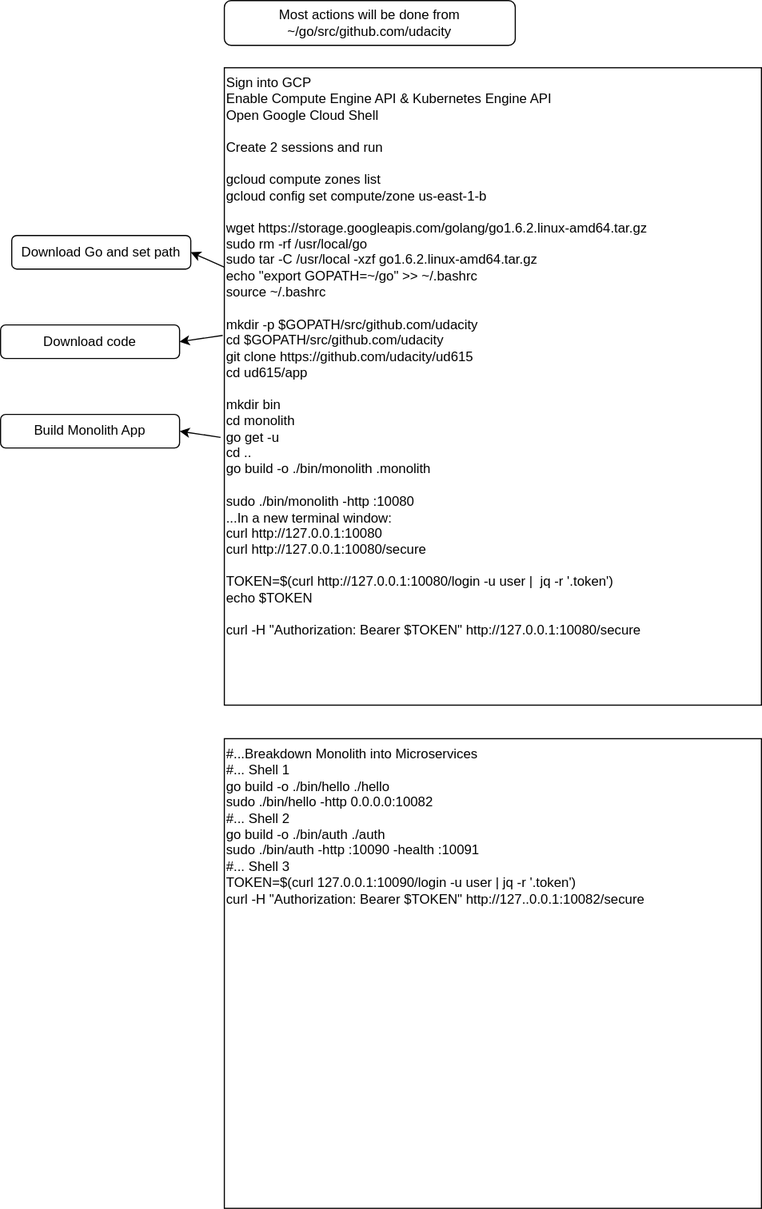
The draw.io diagram microservices.svg in clementsjj/graphics, before a commit. Source tidied: cells renumbered, new cells last; positions are measured from the earlier drawing's top-left corner, leaving out a move shared by most shapes. Source of this version:
```xml
<mxGraphModel>
  <root>
    <mxCell id="0" />
    <mxCell id="1" parent="0" />
    <mxCell id="2" value="Sign into GCP&lt;br&gt;Enable Compute Engine API &amp;amp; Kubernetes Engine API&lt;br&gt;Open Google Cloud Shell&lt;br&gt;&lt;br&gt;Create 2 sessions and run&amp;nbsp;&lt;br&gt;&lt;br&gt;gcloud compute zones list&lt;br&gt;gcloud config set compute/zone us-east-1-b&lt;br&gt;&lt;br&gt;wget https://storage.googleapis.com/golang/go1.6.2.linux-amd64.tar.gz&lt;br&gt;sudo rm -rf /usr/local/go&lt;br&gt;sudo tar -C /usr/local -xzf go1.6.2.linux-amd64.tar.gz&lt;br&gt;echo &quot;export GOPATH=~/go&quot; &amp;gt;&amp;gt; ~/.bashrc&lt;br&gt;source ~/.bashrc&lt;br&gt;&lt;br&gt;mkdir -p $GOPATH/src/github.com/udacity&lt;br&gt;cd $GOPATH/src/github.com/udacity&lt;br&gt;git clone https://github.com/udacity/ud615&lt;br&gt;cd ud615/app&lt;br&gt;&lt;br&gt;mkdir bin&lt;br&gt;cd monolith&lt;br&gt;go get -u&lt;br&gt;cd ..&lt;br&gt;go build -o ./bin/monolith .monolith&lt;br&gt;&lt;br&gt;sudo ./bin/monolith -http :10080&lt;br&gt;...In a new terminal window:&lt;br&gt;curl http://127.0.0.1:10080&lt;br&gt;curl http://127.0.0.1:10080/secure&lt;br&gt;&lt;br&gt;TOKEN=$(curl http://127.0.0.1:10080/login -u user |&amp;nbsp; jq -r '.token')&lt;br&gt;echo $TOKEN&lt;br&gt;&lt;br&gt;curl -H &quot;Authorization: Bearer $TOKEN&quot; http://127.0.0.1:10080/secure" style="rounded=0;whiteSpace=wrap;html=1;align=left;verticalAlign=top;" parent="1" vertex="1">
      <mxGeometry x="200" y="60" width="480" height="570" as="geometry" />
    </mxCell>
    <mxCell id="3" style="endArrow=classic;html=1;entryX=1;entryY=0.5;entryDx=0;entryDy=0;" parent="1" edge="1" source="2" target="4">
      <mxGeometry relative="1" as="geometry" />
    </mxCell>
    <mxCell id="4" value="Download Go and set path" style="rounded=1;whiteSpace=wrap;html=1;align=center;" parent="1" vertex="1">
      <mxGeometry x="10" y="210" width="160" height="30" as="geometry" />
    </mxCell>
    <mxCell id="5" value="Download code" style="rounded=1;whiteSpace=wrap;html=1;align=center;" parent="1" vertex="1">
      <mxGeometry y="290" width="160" height="30" as="geometry" />
    </mxCell>
    <mxCell id="6" style="endArrow=classic;html=1;exitX=-0.003;exitY=0.42;exitDx=0;exitDy=0;exitPerimeter=0;entryX=1;entryY=0.5;entryDx=0;entryDy=0;" parent="1" edge="1" source="2" target="5">
      <mxGeometry relative="1" as="geometry" />
    </mxCell>
    <mxCell id="7" value="Build Monolith App" style="rounded=1;whiteSpace=wrap;html=1;align=center;" parent="1" vertex="1">
      <mxGeometry y="370" width="160" height="30" as="geometry" />
    </mxCell>
    <mxCell id="8" style="endArrow=classic;html=1;exitX=-0.007;exitY=0.58;exitDx=0;exitDy=0;exitPerimeter=0;entryX=1;entryY=0.5;entryDx=0;entryDy=0;" parent="1" edge="1" source="2" target="7">
      <mxGeometry relative="1" as="geometry" />
    </mxCell>
    <mxCell id="9" value="#...Breakdown Monolith into Microservices&lt;br&gt;#... Shell 1&lt;br&gt;go build -o ./bin/hello ./hello&lt;br&gt;sudo ./bin/hello -http 0.0.0.0:10082&lt;br&gt;#... Shell 2&lt;br&gt;go build -o ./bin/auth ./auth&lt;br&gt;sudo ./bin/auth -http :10090 -health :10091&lt;br&gt;#... Shell 3&lt;br&gt;TOKEN=$(curl 127.0.0.1:10090/login -u user | jq -r '.token')&lt;br&gt;curl -H &quot;Authorization: Bearer $TOKEN&quot; http://127..0.0.1:10082/secure&lt;br&gt;&lt;br&gt;" style="rounded=0;whiteSpace=wrap;html=1;align=left;verticalAlign=top;" parent="1" vertex="1">
      <mxGeometry x="200" y="660" width="480" height="420" as="geometry" />
    </mxCell>
    <mxCell id="10" value="Most actions will be done from ~/go/src/github.com/udacity" style="rounded=1;whiteSpace=wrap;html=1;align=center;" parent="1" vertex="1">
      <mxGeometry x="200" width="260" height="40" as="geometry" />
    </mxCell>
  </root>
</mxGraphModel>
```
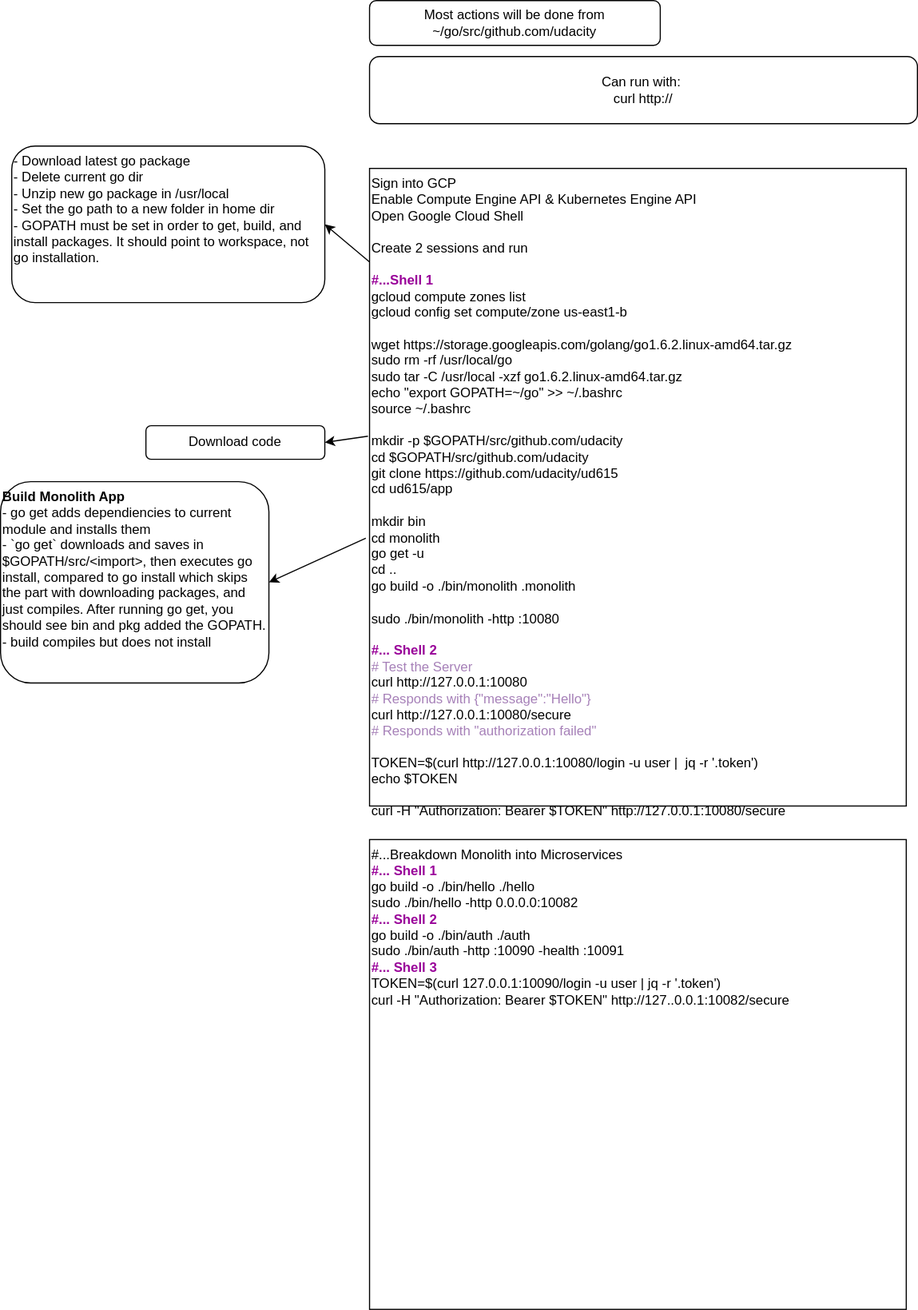
The same diagram one commit later.

Change to the diagram source:
```diff
@@ -2,14 +2,14 @@
   <root>
     <mxCell id="0" />
     <mxCell id="1" parent="0" />
-    <mxCell id="2" value="Sign into GCP&lt;br&gt;Enable Compute Engine API &amp;amp; Kubernetes Engine API&lt;br&gt;Open Google Cloud Shell&lt;br&gt;&lt;br&gt;Create 2 sessions and run&amp;nbsp;&lt;br&gt;&lt;br&gt;gcloud compute zones list&lt;br&gt;gcloud config set compute/zone us-east-1-b&lt;br&gt;&lt;br&gt;wget https://storage.googleapis.com/golang/go1.6.2.linux-amd64.tar.gz&lt;br&gt;sudo rm -rf /usr/local/go&lt;br&gt;sudo tar -C /usr/local -xzf go1.6.2.linux-amd64.tar.gz&lt;br&gt;echo &quot;export GOPATH=~/go&quot; &amp;gt;&amp;gt; ~/.bashrc&lt;br&gt;source ~/.bashrc&lt;br&gt;&lt;br&gt;mkdir -p $GOPATH/src/github.com/udacity&lt;br&gt;cd $GOPATH/src/github.com/udacity&lt;br&gt;git clone https://github.com/udacity/ud615&lt;br&gt;cd ud615/app&lt;br&gt;&lt;br&gt;mkdir bin&lt;br&gt;cd monolith&lt;br&gt;go get -u&lt;br&gt;cd ..&lt;br&gt;go build -o ./bin/monolith .monolith&lt;br&gt;&lt;br&gt;sudo ./bin/monolith -http :10080&lt;br&gt;...In a new terminal window:&lt;br&gt;curl http://127.0.0.1:10080&lt;br&gt;curl http://127.0.0.1:10080/secure&lt;br&gt;&lt;br&gt;TOKEN=$(curl http://127.0.0.1:10080/login -u user |&amp;nbsp; jq -r '.token')&lt;br&gt;echo $TOKEN&lt;br&gt;&lt;br&gt;curl -H &quot;Authorization: Bearer $TOKEN&quot; http://127.0.0.1:10080/secure" style="rounded=0;whiteSpace=wrap;html=1;align=left;verticalAlign=top;" parent="1" vertex="1">
+    <mxCell id="2" value="Sign into GCP&lt;br&gt;Enable Compute Engine API &amp;amp; Kubernetes Engine API&lt;br&gt;Open Google Cloud Shell&lt;br&gt;&lt;br&gt;Create 2 sessions and run&amp;nbsp;&lt;br&gt;&lt;br&gt;&lt;b&gt;&lt;font color=&quot;#990099&quot;&gt;#...Shell 1&lt;br&gt;&lt;/font&gt;&lt;/b&gt;gcloud compute zones list&lt;br&gt;gcloud config set compute/zone us-east1-b&lt;br&gt;&lt;br&gt;wget https://storage.googleapis.com/golang/go1.6.2.linux-amd64.tar.gz&lt;br&gt;sudo rm -rf /usr/local/go&lt;br&gt;sudo tar -C /usr/local -xzf go1.6.2.linux-amd64.tar.gz&lt;br&gt;echo &quot;export GOPATH=~/go&quot; &amp;gt;&amp;gt; ~/.bashrc&lt;br&gt;source ~/.bashrc&lt;br&gt;&lt;br&gt;mkdir -p $GOPATH/src/github.com/udacity&lt;br&gt;cd $GOPATH/src/github.com/udacity&lt;br&gt;git clone https://github.com/udacity/ud615&lt;br&gt;cd ud615/app&lt;br&gt;&lt;br&gt;mkdir bin&lt;br&gt;cd monolith&lt;br&gt;go get -u&lt;br&gt;cd ..&lt;br&gt;go build -o ./bin/monolith .monolith&lt;br&gt;&lt;br&gt;sudo ./bin/monolith -http :10080&lt;br&gt;&lt;br&gt;&lt;b style=&quot;color: rgb(153 , 0 , 153)&quot;&gt;#... Shell 2&lt;br&gt;&lt;/b&gt;&lt;font color=&quot;#a680b8&quot;&gt;# Test the Server&lt;br&gt;&lt;/font&gt;curl http://127.0.0.1:10080&lt;br&gt;&lt;font color=&quot;#a680b8&quot;&gt;# Responds with {&quot;message&quot;:&quot;Hello&quot;}&lt;br&gt;&lt;/font&gt;curl http://127.0.0.1:10080/secure&lt;br&gt;&lt;font color=&quot;#a680b8&quot;&gt;# Responds with &quot;authorization failed&quot;&lt;br&gt;&lt;/font&gt;&lt;br&gt;TOKEN=$(curl http://127.0.0.1:10080/login -u user |&amp;nbsp; jq -r '.token')&lt;br&gt;echo $TOKEN&lt;br&gt;&lt;br&gt;curl -H &quot;Authorization: Bearer $TOKEN&quot; http://127.0.0.1:10080/secure" style="rounded=0;whiteSpace=wrap;html=1;align=left;verticalAlign=top;" parent="1" vertex="1">
       <mxGeometry x="200" y="60" width="480" height="570" as="geometry" />
     </mxCell>
     <mxCell id="3" style="endArrow=classic;html=1;entryX=1;entryY=0.5;entryDx=0;entryDy=0;" parent="1" edge="1" source="2" target="4">
       <mxGeometry relative="1" as="geometry" />
     </mxCell>
-    <mxCell id="4" value="Download Go and set path" style="rounded=1;whiteSpace=wrap;html=1;align=center;" parent="1" vertex="1">
-      <mxGeometry x="10" y="210" width="160" height="30" as="geometry" />
+    <mxCell id="4" value="- Download latest go package&lt;br&gt;- Delete current go dir&lt;br&gt;- Unzip new go package in /usr/local&lt;br&gt;- Set the go path to a new folder in home dir&lt;br&gt;- GOPATH must be set in order to get, build, and install packages. It should point to workspace, not go installation.&lt;br&gt;" style="rounded=1;whiteSpace=wrap;html=1;align=left;verticalAlign=top;" parent="1" vertex="1">
+      <mxGeometry x="-120" y="40" width="280" height="140" as="geometry" />
     </mxCell>
     <mxCell id="5" value="Download code" style="rounded=1;whiteSpace=wrap;html=1;align=center;" parent="1" vertex="1">
       <mxGeometry y="290" width="160" height="30" as="geometry" />
@@ -17,17 +17,20 @@
     <mxCell id="6" style="endArrow=classic;html=1;exitX=-0.003;exitY=0.42;exitDx=0;exitDy=0;exitPerimeter=0;entryX=1;entryY=0.5;entryDx=0;entryDy=0;" parent="1" edge="1" source="2" target="5">
       <mxGeometry relative="1" as="geometry" />
     </mxCell>
-    <mxCell id="7" value="Build Monolith App" style="rounded=1;whiteSpace=wrap;html=1;align=center;" parent="1" vertex="1">
-      <mxGeometry y="370" width="160" height="30" as="geometry" />
+    <mxCell id="7" value="&lt;b&gt;Build Monolith App&lt;/b&gt;&lt;br&gt;- go get adds dependiencies to current module and installs them&lt;br&gt;- `go get` downloads and saves in $GOPATH/src/&amp;lt;import&amp;gt;, then executes go install, compared to go install which skips the part with downloading packages, and just compiles. After running go get, you should see bin and pkg added the GOPATH.&lt;br&gt;- build compiles but does not install" style="rounded=1;whiteSpace=wrap;html=1;align=left;verticalAlign=top;" parent="1" vertex="1">
+      <mxGeometry x="-130" y="340" width="240" height="180" as="geometry" />
     </mxCell>
     <mxCell id="8" style="endArrow=classic;html=1;exitX=-0.007;exitY=0.58;exitDx=0;exitDy=0;exitPerimeter=0;entryX=1;entryY=0.5;entryDx=0;entryDy=0;" parent="1" edge="1" source="2" target="7">
       <mxGeometry relative="1" as="geometry" />
     </mxCell>
-    <mxCell id="9" value="#...Breakdown Monolith into Microservices&lt;br&gt;#... Shell 1&lt;br&gt;go build -o ./bin/hello ./hello&lt;br&gt;sudo ./bin/hello -http 0.0.0.0:10082&lt;br&gt;#... Shell 2&lt;br&gt;go build -o ./bin/auth ./auth&lt;br&gt;sudo ./bin/auth -http :10090 -health :10091&lt;br&gt;#... Shell 3&lt;br&gt;TOKEN=$(curl 127.0.0.1:10090/login -u user | jq -r '.token')&lt;br&gt;curl -H &quot;Authorization: Bearer $TOKEN&quot; http://127..0.0.1:10082/secure&lt;br&gt;&lt;br&gt;" style="rounded=0;whiteSpace=wrap;html=1;align=left;verticalAlign=top;" parent="1" vertex="1">
+    <mxCell id="9" value="#...Breakdown Monolith into Microservices&lt;br&gt;&lt;font color=&quot;#990099&quot;&gt;&lt;b&gt;#... Shell 1&lt;br&gt;&lt;/b&gt;&lt;/font&gt;go build -o ./bin/hello ./hello&lt;br&gt;sudo ./bin/hello -http 0.0.0.0:10082&lt;br&gt;&lt;b&gt;&lt;font color=&quot;#990099&quot;&gt;#... Shell 2&lt;br&gt;&lt;/font&gt;&lt;/b&gt;go build -o ./bin/auth ./auth&lt;br&gt;sudo ./bin/auth -http :10090 -health :10091&lt;br&gt;&lt;b&gt;&lt;font color=&quot;#990099&quot;&gt;#... Shell 3&lt;br&gt;&lt;/font&gt;&lt;/b&gt;TOKEN=$(curl 127.0.0.1:10090/login -u user | jq -r '.token')&lt;br&gt;curl -H &quot;Authorization: Bearer $TOKEN&quot; http://127..0.0.1:10082/secure&lt;br&gt;" style="rounded=0;whiteSpace=wrap;html=1;align=left;verticalAlign=top;" parent="1" vertex="1">
       <mxGeometry x="200" y="660" width="480" height="420" as="geometry" />
     </mxCell>
     <mxCell id="10" value="Most actions will be done from ~/go/src/github.com/udacity" style="rounded=1;whiteSpace=wrap;html=1;align=center;" parent="1" vertex="1">
-      <mxGeometry x="200" width="260" height="40" as="geometry" />
+      <mxGeometry x="200" y="-90" width="260" height="40" as="geometry" />
     </mxCell>
+    <mxCell id="11" value="Can run with:&amp;nbsp;&lt;br&gt;curl http://" style="rounded=1;whiteSpace=wrap;html=1;align=center;" parent="1" vertex="1">
+      <mxGeometry x="200" y="-40" width="490" height="60" as="geometry" />
+    </mxCell>
   </root>
 </mxGraphModel>
```
